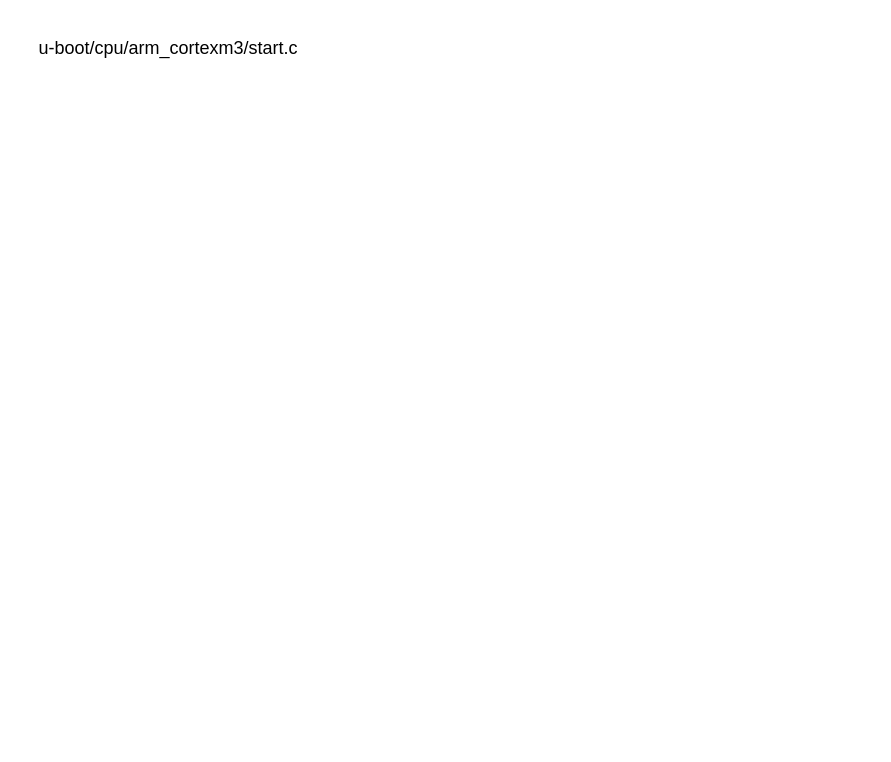
This is u-boot source 분석.drawio from BongSeok/STM32_LINUX, a draw.io file, before an edit. Source tidied: cells renumbered, new cells numbered last; positions are measured from the earlier drawing's top-left corner, leaving out a move shared by most shapes. Both pictures are drawn from the tidied source at 150%, with x=0, y=0 at pixel (26, 26).
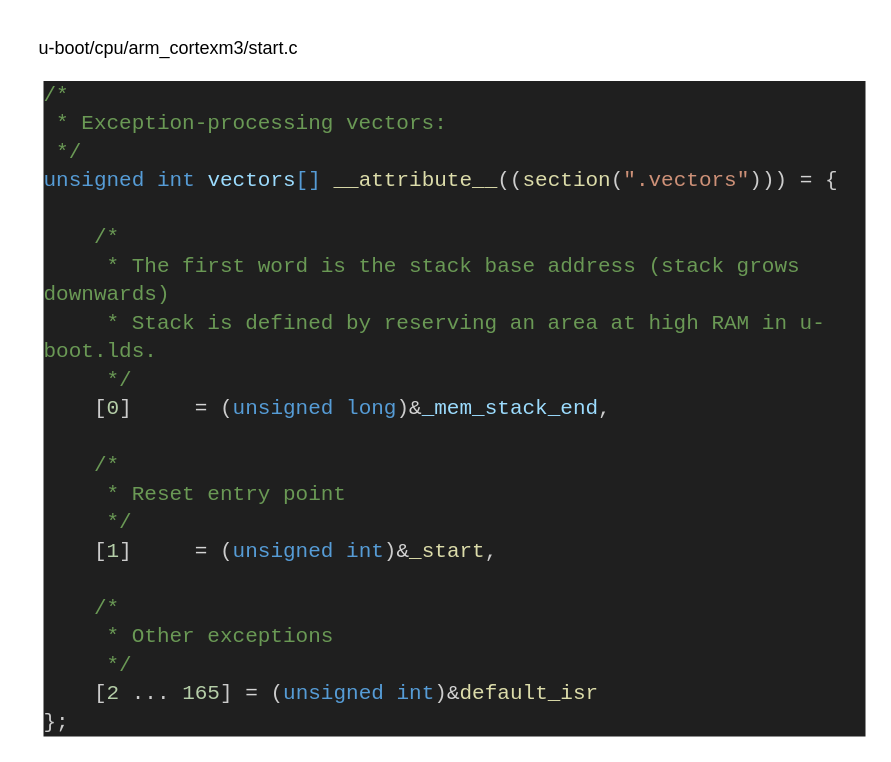
Above is the later version.

Commit message (it also covers changes not shown here):
u-boot source 분석.drawio 업데이트

Diff of the diagram source:
```diff
@@
 <mxGraphModel>
   <root>
     <mxCell id="0" />
     <mxCell id="1" parent="0" />
     <mxCell id="2" value="u-boot/cpu/arm_cortexm3/start.c" style="text;html=1;strokeColor=none;fillColor=none;align=center;verticalAlign=middle;whiteSpace=wrap;rounded=0;" parent="1" vertex="1">
       <mxGeometry width="190" height="30" as="geometry" />
     </mxCell>
+    <mxCell id="3" value="&lt;div style=&quot;color: rgb(204, 204, 204); background-color: rgb(31, 31, 31); font-family: Consolas, &amp;quot;Courier New&amp;quot;, monospace; font-weight: normal; font-size: 14px; line-height: 19px;&quot;&gt;&lt;div&gt;&lt;span style=&quot;color: #6a9955;&quot;&gt;/*&lt;/span&gt;&lt;/div&gt;&lt;div&gt;&lt;span style=&quot;color: #6a9955;&quot;&gt;&amp;nbsp;* Exception-processing vectors:&lt;/span&gt;&lt;/div&gt;&lt;div&gt;&lt;span style=&quot;color: #6a9955;&quot;&gt;&amp;nbsp;*/&lt;/span&gt;&lt;/div&gt;&lt;div&gt;&lt;span style=&quot;color: #569cd6;&quot;&gt;unsigned&lt;/span&gt;&lt;span style=&quot;color: #cccccc;&quot;&gt; &lt;/span&gt;&lt;span style=&quot;color: #569cd6;&quot;&gt;int&lt;/span&gt;&lt;span style=&quot;color: #cccccc;&quot;&gt; &lt;/span&gt;&lt;span style=&quot;color: #9cdcfe;&quot;&gt;vectors&lt;/span&gt;&lt;span style=&quot;color: #569cd6;&quot;&gt;[]&lt;/span&gt;&lt;span style=&quot;color: #cccccc;&quot;&gt; &lt;/span&gt;&lt;span style=&quot;color: #dcdcaa;&quot;&gt;__attribute__&lt;/span&gt;&lt;span style=&quot;color: #cccccc;&quot;&gt;((&lt;/span&gt;&lt;span style=&quot;color: #dcdcaa;&quot;&gt;section&lt;/span&gt;&lt;span style=&quot;color: #cccccc;&quot;&gt;(&lt;/span&gt;&lt;span style=&quot;color: #ce9178;&quot;&gt;&quot;.vectors&quot;&lt;/span&gt;&lt;span style=&quot;color: #cccccc;&quot;&gt;))) &lt;/span&gt;&lt;span style=&quot;color: #d4d4d4;&quot;&gt;=&lt;/span&gt;&lt;span style=&quot;color: #cccccc;&quot;&gt; {&lt;/span&gt;&lt;/div&gt;&lt;br&gt;&lt;div&gt;&lt;span style=&quot;color: #6a9955;&quot;&gt;&amp;nbsp; &amp;nbsp; /*&lt;/span&gt;&lt;/div&gt;&lt;div&gt;&lt;span style=&quot;color: #6a9955;&quot;&gt;&amp;nbsp; &amp;nbsp; &amp;nbsp;* The first word is the stack base address (stack grows downwards)&lt;/span&gt;&lt;/div&gt;&lt;div&gt;&lt;span style=&quot;color: #6a9955;&quot;&gt;&amp;nbsp; &amp;nbsp; &amp;nbsp;* Stack is defined by reserving an area at high RAM in u-boot.lds.&lt;/span&gt;&lt;/div&gt;&lt;div&gt;&lt;span style=&quot;color: #6a9955;&quot;&gt;&amp;nbsp; &amp;nbsp; &amp;nbsp;*/&lt;/span&gt;&lt;/div&gt;&lt;div&gt;&lt;span style=&quot;color: #cccccc;&quot;&gt;&amp;nbsp; &amp;nbsp; [&lt;/span&gt;&lt;span style=&quot;color: #b5cea8;&quot;&gt;0&lt;/span&gt;&lt;span style=&quot;color: #cccccc;&quot;&gt;] &amp;nbsp; &amp;nbsp; &lt;/span&gt;&lt;span style=&quot;color: #d4d4d4;&quot;&gt;=&lt;/span&gt;&lt;span style=&quot;color: #cccccc;&quot;&gt; (&lt;/span&gt;&lt;span style=&quot;color: #569cd6;&quot;&gt;unsigned&lt;/span&gt;&lt;span style=&quot;color: #cccccc;&quot;&gt; &lt;/span&gt;&lt;span style=&quot;color: #569cd6;&quot;&gt;long&lt;/span&gt;&lt;span style=&quot;color: #cccccc;&quot;&gt;)&lt;/span&gt;&lt;span style=&quot;color: #d4d4d4;&quot;&gt;&amp;amp;&lt;/span&gt;&lt;span style=&quot;color: #9cdcfe;&quot;&gt;_mem_stack_end&lt;/span&gt;&lt;span style=&quot;color: #cccccc;&quot;&gt;,&lt;/span&gt;&lt;/div&gt;&lt;br&gt;&lt;div&gt;&lt;span style=&quot;color: #6a9955;&quot;&gt;&amp;nbsp; &amp;nbsp; /*&lt;/span&gt;&lt;/div&gt;&lt;div&gt;&lt;span style=&quot;color: #6a9955;&quot;&gt;&amp;nbsp; &amp;nbsp; &amp;nbsp;* Reset entry point&lt;/span&gt;&lt;/div&gt;&lt;div&gt;&lt;span style=&quot;color: #6a9955;&quot;&gt;&amp;nbsp; &amp;nbsp; &amp;nbsp;*/&lt;/span&gt;&lt;/div&gt;&lt;div&gt;&lt;span style=&quot;color: #cccccc;&quot;&gt;&amp;nbsp; &amp;nbsp; [&lt;/span&gt;&lt;span style=&quot;color: #b5cea8;&quot;&gt;1&lt;/span&gt;&lt;span style=&quot;color: #cccccc;&quot;&gt;] &amp;nbsp; &amp;nbsp; &lt;/span&gt;&lt;span style=&quot;color: #d4d4d4;&quot;&gt;=&lt;/span&gt;&lt;span style=&quot;color: #cccccc;&quot;&gt; (&lt;/span&gt;&lt;span style=&quot;color: #569cd6;&quot;&gt;unsigned&lt;/span&gt;&lt;span style=&quot;color: #cccccc;&quot;&gt; &lt;/span&gt;&lt;span style=&quot;color: #569cd6;&quot;&gt;int&lt;/span&gt;&lt;span style=&quot;color: #cccccc;&quot;&gt;)&lt;/span&gt;&lt;span style=&quot;color: #d4d4d4;&quot;&gt;&amp;amp;&lt;/span&gt;&lt;span style=&quot;color: #dcdcaa;&quot;&gt;_start&lt;/span&gt;&lt;span style=&quot;color: #cccccc;&quot;&gt;,&lt;/span&gt;&lt;/div&gt;&lt;br&gt;&lt;div&gt;&lt;span style=&quot;color: #6a9955;&quot;&gt;&amp;nbsp; &amp;nbsp; /*&lt;/span&gt;&lt;/div&gt;&lt;div&gt;&lt;span style=&quot;color: #6a9955;&quot;&gt;&amp;nbsp; &amp;nbsp; &amp;nbsp;* Other exceptions&lt;/span&gt;&lt;/div&gt;&lt;div&gt;&lt;span style=&quot;color: #6a9955;&quot;&gt;&amp;nbsp; &amp;nbsp; &amp;nbsp;*/&lt;/span&gt;&lt;/div&gt;&lt;div&gt;&lt;span style=&quot;color: #cccccc;&quot;&gt;&amp;nbsp; &amp;nbsp; [&lt;/span&gt;&lt;span style=&quot;color: #b5cea8;&quot;&gt;2&lt;/span&gt;&lt;span style=&quot;color: #cccccc;&quot;&gt; ... &lt;/span&gt;&lt;span style=&quot;color: #b5cea8;&quot;&gt;165&lt;/span&gt;&lt;span style=&quot;color: #cccccc;&quot;&gt;] &lt;/span&gt;&lt;span style=&quot;color: #d4d4d4;&quot;&gt;=&lt;/span&gt;&lt;span style=&quot;color: #cccccc;&quot;&gt; (&lt;/span&gt;&lt;span style=&quot;color: #569cd6;&quot;&gt;unsigned&lt;/span&gt;&lt;span style=&quot;color: #cccccc;&quot;&gt; &lt;/span&gt;&lt;span style=&quot;color: #569cd6;&quot;&gt;int&lt;/span&gt;&lt;span style=&quot;color: #cccccc;&quot;&gt;)&lt;/span&gt;&lt;span style=&quot;color: #d4d4d4;&quot;&gt;&amp;amp;&lt;/span&gt;&lt;span style=&quot;color: #dcdcaa;&quot;&gt;default_isr&lt;/span&gt;&lt;/div&gt;&lt;div&gt;&lt;span style=&quot;color: #cccccc;&quot;&gt;};&lt;/span&gt;&lt;/div&gt;&lt;/div&gt;" style="text;whiteSpace=wrap;html=1;" parent="1" vertex="1">
+      <mxGeometry x="10" y="30" width="550" height="410" as="geometry" />
+    </mxCell>
   </root>
 </mxGraphModel>
```
